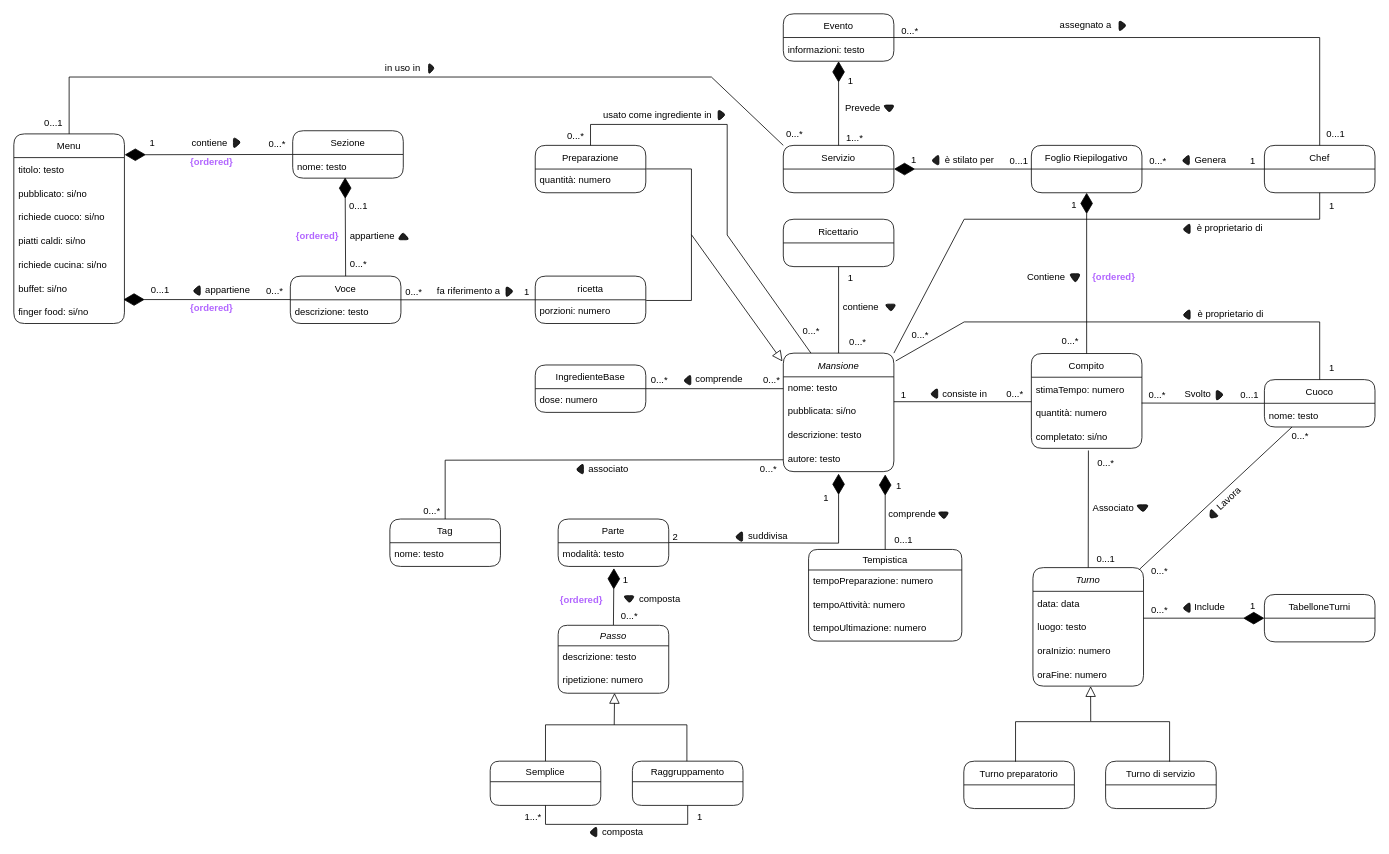
Before: page "Completo" (1 of 4) of Gestire le ricette/Model Domain.drawio in cortosi/Development-of-Software-Applications-2021-2022, a draw.io diagram. Source tidied: cells renumbered, new cells numbered last; positions are measured from the earlier drawing's top-left corner, leaving out a move shared by most shapes. Both pictures are drawn from the tidied source at 79%, with x=0, y=0 at pixel (13, 13).
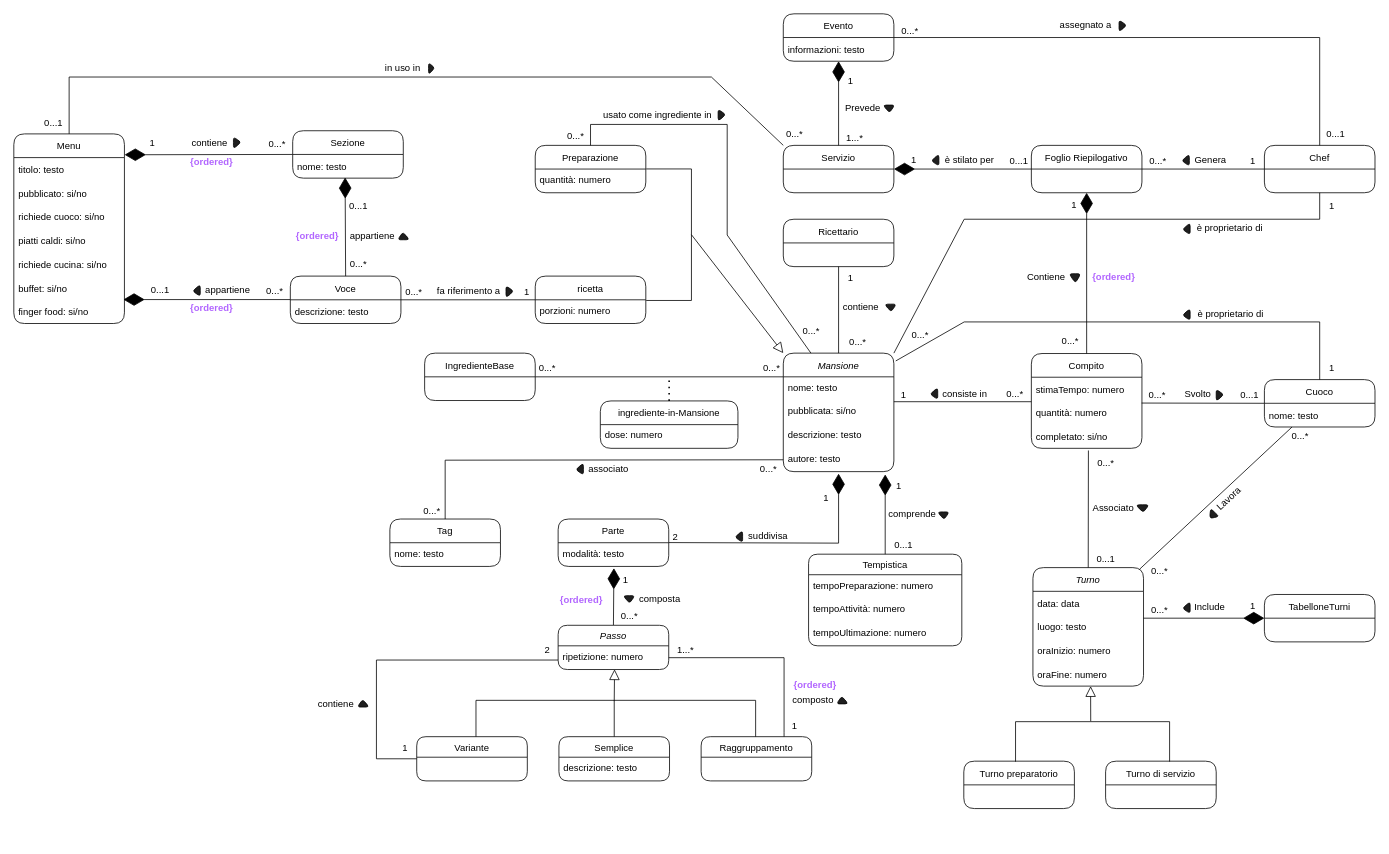
After the change.

The change refers to these unchanged cells:
```xml
<mxCell id="61" value="Mansione" style="swimlane;fontStyle=2;horizontal=1;startSize=30;rounded=1;fontFamily=SF UI Text;fontSize=12;" parent="1" vertex="1">
  <mxGeometry x="974" y="429.5" width="140" height="150" as="geometry" />
</mxCell>
<mxCell id="62" value="nome: testo" style="text;strokeColor=none;fillColor=none;spacingLeft=4;spacingRight=4;overflow=hidden;points=[[0,0.5],[1,0.5]];portConstraint=eastwest;fontSize=12;fontFamily=SF UI Text;" parent="61" vertex="1">
  <mxGeometry y="30" width="140" height="30" as="geometry" />
</mxCell>
<mxCell id="183" style="shape=partialRectangle;whiteSpace=wrap;html=1;bottom=1;right=1;left=1;top=0;fillColor=none;routingCenterX=-0.5;rotation=-90;fontFamily=SF UI Text;" parent="1" vertex="1">
  <mxGeometry x="746.2" y="251.3" width="166.5" height="56.6" as="geometry" />
</mxCell>
```

Change to the diagram source:
```diff
@@
-    <mxCell id="60" style="endArrow=block;html=1;rounded=0;endFill=0;strokeWidth=1;jumpSize=6;shadow=0;sketch=0;endSize=11;fontFamily=SF UI Text;fontSize=12;exitX=0.5;exitY=1;exitDx=0;exitDy=0;" parent="1" edge="1" source="183">
-      <mxGeometry relative="1" as="geometry">
-        <mxPoint x="973" y="440" as="targetPoint" />
-      </mxGeometry>
+    <mxCell id="60" style="endArrow=block;html=1;rounded=0;endFill=0;strokeWidth=1;jumpSize=6;shadow=0;sketch=0;endSize=11;fontFamily=SF UI Text;fontSize=12;exitX=0.5;exitY=1;exitDx=0;exitDy=0;entryX=0;entryY=0;entryDx=0;entryDy=0;" parent="1" edge="1" source="183" target="61">
+      <mxGeometry relative="1" as="geometry" />
     </mxCell>
@@
     <mxCell id="126" value="Tempistica" style="swimlane;fontStyle=0;horizontal=1;startSize=26;align=center;fontSize=12;rounded=1;fontFamily=SF UI Text;" parent="1" vertex="1">
-      <mxGeometry x="1006" y="678" width="194" height="116" as="geometry" />
+      <mxGeometry x="1006" y="684" width="194" height="116" as="geometry" />
     </mxCell>
@@
     <mxCell id="135" value="IngredienteBase" style="swimlane;fontStyle=0;horizontal=1;startSize=30;rounded=1;fontFamily=SF UI Text;fontSize=12;" parent="1" vertex="1">
-      <mxGeometry x="660" y="444.5" width="140" height="60" as="geometry" />
+      <mxGeometry x="520" y="429.5" width="140" height="60" as="geometry" />
     </mxCell>
-    <mxCell id="136" value="dose: numero" style="text;strokeColor=none;fillColor=none;spacingLeft=4;spacingRight=4;overflow=hidden;fontSize=12;fontFamily=SF UI Text;" parent="135" vertex="1">
-      <mxGeometry y="30" width="140" height="30" as="geometry" />
-    </mxCell>
@@
     <mxCell id="154" value="0...1" style="text;html=1;align=center;verticalAlign=middle;strokeColor=none;fillColor=none;fontSize=12;fontFamily=SF UI Text;fontColor=default;" parent="1" vertex="1">
-      <mxGeometry x="1101" y="651" width="50" height="30" as="geometry" />
+      <mxGeometry x="1101" y="658" width="50" height="30" as="geometry" />
     </mxCell>
@@
-    <mxCell id="157" value="composta" style="text;html=1;strokeColor=none;fillColor=none;align=center;verticalAlign=middle;whiteSpace=wrap;rounded=0;fontFamily=SF UI Text;fontSize=12;" parent="1" vertex="1">
-      <mxGeometry x="739" y="1026" width="64" height="20" as="geometry" />
+    <mxCell id="157" value="composto" style="text;html=1;strokeColor=none;fillColor=none;align=center;verticalAlign=middle;whiteSpace=wrap;rounded=0;fontFamily=SF UI Text;fontSize=12;" parent="1" vertex="1">
+      <mxGeometry x="979.5" y="859" width="64" height="20" as="geometry" />
     </mxCell>
-    <mxCell id="158" style="triangle;whiteSpace=wrap;html=1;rounded=1;fillColor=#1F1F1F;rotation=-180;fontFamily=SF UI Text;fontSize=12;" parent="1" vertex="1">
-      <mxGeometry x="728" y="1028.5" width="10" height="15" as="geometry" />
+    <mxCell id="158" style="triangle;whiteSpace=wrap;html=1;rounded=1;fillColor=#1F1F1F;rotation=-90;fontFamily=SF UI Text;fontSize=12;" parent="1" vertex="1">
+      <mxGeometry x="1043.5" y="861" width="10" height="15" as="geometry" />
     </mxCell>
     <mxCell id="159" value="1...*" style="text;html=1;align=center;verticalAlign=middle;strokeColor=none;fillColor=none;fontFamily=SF UI Text;" parent="1" vertex="1">
-      <mxGeometry x="636.5" y="1002" width="40" height="30" as="geometry" />
+      <mxGeometry x="830" y="790" width="40" height="30" as="geometry" />
     </mxCell>
     <mxCell id="160" value="1" style="text;html=1;align=center;verticalAlign=middle;strokeColor=none;fillColor=none;fontFamily=SF UI Text;" parent="1" vertex="1">
-      <mxGeometry x="853" y="1002" width="30" height="30" as="geometry" />
+      <mxGeometry x="973" y="887" width="30" height="30" as="geometry" />
     </mxCell>
     <mxCell id="161" value="Raggruppamento" style="swimlane;fontStyle=0;horizontal=1;startSize=26;align=center;fontSize=12;rounded=1;fontFamily=SF UI Text;" parent="1" vertex="1">
-      <mxGeometry x="783" y="946" width="140" height="56" as="geometry" />
+      <mxGeometry x="870" y="915" width="140" height="56" as="geometry" />
     </mxCell>
     <mxCell id="162" value="Passo" style="swimlane;fontStyle=2;horizontal=1;startSize=26;align=center;fontSize=12;rounded=1;fontFamily=SF UI Text;" parent="1" vertex="1">
-      <mxGeometry x="689" y="774" width="140" height="86" as="geometry" />
+      <mxGeometry x="689" y="774" width="140" height="56" as="geometry" />
     </mxCell>
-    <mxCell id="163" value="descrizione: testo" style="text;strokeColor=none;fillColor=none;spacingLeft=4;spacingRight=4;overflow=hidden;fontSize=12;fontFamily=SF UI Text;" parent="162" vertex="1">
-      <mxGeometry y="26" width="140" height="30" as="geometry" />
-    </mxCell>
     <mxCell id="164" value="ripetizione: numero" style="text;strokeColor=none;fillColor=none;spacingLeft=4;spacingRight=4;overflow=hidden;points=[[0,0.5],[1,0.5]];portConstraint=eastwest;fontSize=12;fontFamily=SF UI Text;" parent="162" vertex="1">
-      <mxGeometry y="56" width="140" height="30" as="geometry" />
+      <mxGeometry y="26" width="140" height="30" as="geometry" />
     </mxCell>
     <mxCell id="165" value="Semplice" style="swimlane;fontStyle=0;horizontal=1;startSize=26;align=center;fontSize=12;rounded=1;fontFamily=SF UI Text;" parent="1" vertex="1">
-      <mxGeometry x="603" y="946" width="140" height="56" as="geometry" />
+      <mxGeometry x="690" y="915" width="140" height="56" as="geometry" />
     </mxCell>
+    <mxCell id="163" value="descrizione: testo" style="text;strokeColor=none;fillColor=none;spacingLeft=4;spacingRight=4;overflow=hidden;fontSize=12;fontFamily=SF UI Text;" parent="165" vertex="1">
+      <mxGeometry y="26" width="140" height="30" as="geometry" />
+    </mxCell>
     <mxCell id="166" style="endArrow=none;html=1;rounded=0;fontFamily=SF UI Text;fontSize=12;fontColor=default;" parent="1" edge="1">
       <mxGeometry relative="1" as="geometry">
-        <mxPoint x="673" y="900" as="sourcePoint" />
-        <mxPoint x="852" y="900" as="targetPoint" />
+        <mxPoint x="760" y="869" as="sourcePoint" />
+        <mxPoint x="939" y="869" as="targetPoint" />
       </mxGeometry>
     </mxCell>
     <mxCell id="167" style="endArrow=none;html=1;rounded=0;fontFamily=SF UI Text;fontSize=12;fontColor=default;exitX=0.5;exitY=0;exitDx=0;exitDy=0;" parent="1" edge="1" source="165">
       <mxGeometry relative="1" as="geometry">
-        <mxPoint x="673" y="900" as="targetPoint" />
+        <mxPoint x="760" y="869" as="targetPoint" />
       </mxGeometry>
     </mxCell>
     <mxCell id="168" style="endArrow=none;html=1;rounded=0;fontFamily=SF UI Text;fontSize=12;fontColor=default;exitX=0.5;exitY=0;exitDx=0;exitDy=0;" parent="1" edge="1">
       <mxGeometry relative="1" as="geometry">
-        <mxPoint x="852" y="946" as="sourcePoint" />
-        <mxPoint x="852" y="900" as="targetPoint" />
+        <mxPoint x="939" y="915" as="sourcePoint" />
+        <mxPoint x="939" y="869" as="targetPoint" />
       </mxGeometry>
     </mxCell>
-    <mxCell id="169" style="endArrow=none;html=1;rounded=0;entryX=0.5;entryY=1;entryDx=0;entryDy=0;exitX=0.5;exitY=1;exitDx=0;exitDy=0;fontFamily=SF UI Text;" parent="1" edge="1" source="165" target="161">
+    <mxCell id="169" style="endArrow=none;html=1;rounded=0;entryX=0.75;entryY=0;entryDx=0;entryDy=0;fontFamily=SF UI Text;exitX=1;exitY=0.5;exitDx=0;exitDy=0;" parent="1" edge="1" source="164" target="161">
       <mxGeometry relative="1" as="geometry">
         <Array as="points">
-          <mxPoint x="673" y="1026" />
-          <mxPoint x="853" y="1026" />
+          <mxPoint x="975" y="815" />
+          <mxPoint x="975" y="910" />
         </Array>
       </mxGeometry>
     </mxCell>
     <mxCell id="170" style="endArrow=block;html=1;rounded=0;entryX=0.51;entryY=0.99;entryDx=0;entryDy=0;entryPerimeter=0;endFill=0;strokeWidth=1;jumpSize=6;shadow=0;sketch=0;endSize=11;fontFamily=SF UI Text;" parent="1" edge="1">
       <mxGeometry relative="1" as="geometry">
-        <mxPoint x="760" y="900" as="sourcePoint" />
-        <mxPoint x="760.4" y="859.7" as="targetPoint" />
+        <mxPoint x="760" y="870" as="sourcePoint" />
+        <mxPoint x="760.4" y="829.7" as="targetPoint" />
       </mxGeometry>
     </mxCell>
@@
-    <mxCell id="184" style="endArrow=none;html=1;rounded=0;entryX=0;entryY=0.5;entryDx=0;entryDy=0;exitX=1;exitY=0.5;exitDx=0;exitDy=0;fontFamily=SF UI Text;" parent="1" edge="1" source="135" target="62">
-      <mxGeometry relative="1" as="geometry" />
+    <mxCell id="184" style="endArrow=none;html=1;rounded=0;entryX=0;entryY=0.5;entryDx=0;entryDy=0;exitX=1;exitY=0.5;exitDx=0;exitDy=0;fontFamily=SF UI Text;" parent="1" edge="1" source="135">
+      <mxGeometry relative="1" as="geometry">
+        <mxPoint x="974" y="459.5" as="targetPoint" />
+      </mxGeometry>
     </mxCell>
     <mxCell id="185" value="0...*" style="text;html=1;align=center;verticalAlign=middle;strokeColor=none;fillColor=none;fontFamily=SF UI Text;fontSize=12;" parent="1" vertex="1">
-      <mxGeometry x="791.5" y="449" width="50" height="30" as="geometry" />
+      <mxGeometry x="650" y="434" width="50" height="30" as="geometry" />
     </mxCell>
     <mxCell id="186" value="0...*" style="text;html=1;align=center;verticalAlign=middle;strokeColor=none;fillColor=none;fontFamily=SF UI Text;fontSize=12;" parent="1" vertex="1">
-      <mxGeometry x="934" y="449" width="50" height="30" as="geometry" />
+      <mxGeometry x="934" y="434" width="50" height="30" as="geometry" />
     </mxCell>
-    <mxCell id="187" style="triangle;whiteSpace=wrap;html=1;rounded=1;fillColor=#1F1F1F;fontFamily=SF UI Text;fontSize=12;rotation=-180;direction=east;" parent="1" vertex="1">
-      <mxGeometry x="847" y="456.5" width="10" height="15" as="geometry" />
-    </mxCell>
-    <mxCell id="188" value="comprende" style="text;html=1;strokeColor=none;fillColor=none;align=center;verticalAlign=middle;whiteSpace=wrap;rounded=0;fontFamily=SF UI Text;" parent="1" vertex="1">
-      <mxGeometry x="863" y="448" width="60" height="30" as="geometry" />
-    </mxCell>
@@
+    <mxCell id="195" value="Variante" style="swimlane;fontStyle=0;horizontal=1;startSize=26;align=center;fontSize=12;rounded=1;fontFamily=SF UI Text;" parent="1" vertex="1">
+      <mxGeometry x="510" y="915" width="140" height="56" as="geometry" />
+    </mxCell>
+    <mxCell id="196" value="2" style="text;html=1;align=center;verticalAlign=middle;strokeColor=none;fillColor=none;" parent="1" vertex="1">
+      <mxGeometry x="660" y="790" width="30" height="30" as="geometry" />
+    </mxCell>
+    <mxCell id="197" style="endArrow=none;html=1;rounded=0;fontFamily=SF UI Text;fontSize=12;fontColor=default;" parent="1" edge="1">
+      <mxGeometry relative="1" as="geometry">
+        <mxPoint x="585" y="869" as="sourcePoint" />
+        <mxPoint x="760" y="869" as="targetPoint" />
+      </mxGeometry>
+    </mxCell>
+    <mxCell id="198" style="endArrow=none;html=1;rounded=0;fontFamily=SF UI Text;fontSize=12;fontColor=default;exitX=0.5;exitY=0;exitDx=0;exitDy=0;" parent="1" edge="1">
+      <mxGeometry relative="1" as="geometry">
+        <mxPoint x="585" y="915" as="sourcePoint" />
+        <mxPoint x="585" y="869" as="targetPoint" />
+      </mxGeometry>
+    </mxCell>
+    <mxCell id="199" style="endArrow=none;html=1;rounded=0;entryX=0;entryY=0.6;entryDx=0;entryDy=0;entryPerimeter=0;exitX=0;exitY=0.5;exitDx=0;exitDy=0;" parent="1" edge="1" source="195">
+      <mxGeometry relative="1" as="geometry">
+        <mxPoint x="689" y="818" as="targetPoint" />
+        <Array as="points">
+          <mxPoint x="459" y="943" />
+          <mxPoint x="459" y="818" />
+        </Array>
+      </mxGeometry>
+    </mxCell>
+    <mxCell id="200" value="1" style="text;html=1;align=center;verticalAlign=middle;strokeColor=none;fillColor=none;fontFamily=SF UI Text;" parent="1" vertex="1">
+      <mxGeometry x="480" y="915" width="30" height="30" as="geometry" />
+    </mxCell>
+    <mxCell id="201" value="contiene" style="text;html=1;strokeColor=none;fillColor=none;align=center;verticalAlign=middle;whiteSpace=wrap;rounded=0;fontFamily=SF UI Text;fontSize=12;" parent="1" vertex="1">
+      <mxGeometry x="376" y="864" width="64" height="20" as="geometry" />
+    </mxCell>
+    <mxCell id="202" style="triangle;whiteSpace=wrap;html=1;rounded=1;fillColor=#1F1F1F;rotation=-90;fontFamily=SF UI Text;fontSize=12;" parent="1" vertex="1">
+      <mxGeometry x="437" y="865" width="10" height="15" as="geometry" />
+    </mxCell>
+    <mxCell id="203" value="ingrediente-in-Mansione" style="swimlane;fontStyle=0;horizontal=1;startSize=30;rounded=1;fontFamily=SF UI Text;fontSize=12;" parent="1" vertex="1">
+      <mxGeometry x="742.4" y="490" width="174.2" height="60" as="geometry" />
+    </mxCell>
+    <mxCell id="136" value="dose: numero" style="text;strokeColor=none;fillColor=none;spacingLeft=4;spacingRight=4;overflow=hidden;fontSize=12;fontFamily=SF UI Text;" parent="203" vertex="1">
+      <mxGeometry y="30" width="174.2" height="30" as="geometry" />
+    </mxCell>
+    <mxCell id="204" style="endArrow=none;dashed=1;html=1;dashPattern=1 3;strokeWidth=2;rounded=0;entryX=0.5;entryY=1;entryDx=0;entryDy=0;exitX=0.5;exitY=0;exitDx=0;exitDy=0;" parent="1" edge="1" source="203">
+      <mxGeometry relative="1" as="geometry">
+        <mxPoint x="829.5" y="463" as="targetPoint" />
+      </mxGeometry>
+    </mxCell>
+    <mxCell id="205" value="{ordered}" style="text;html=1;align=center;verticalAlign=middle;strokeColor=none;fillColor=none;fontColor=#B266FF;fontStyle=1;fontFamily=SF UI Text;fontSize=12;" parent="1" vertex="1">
+      <mxGeometry x="974" y="835" width="80" height="30" as="geometry" />
+    </mxCell>
```
